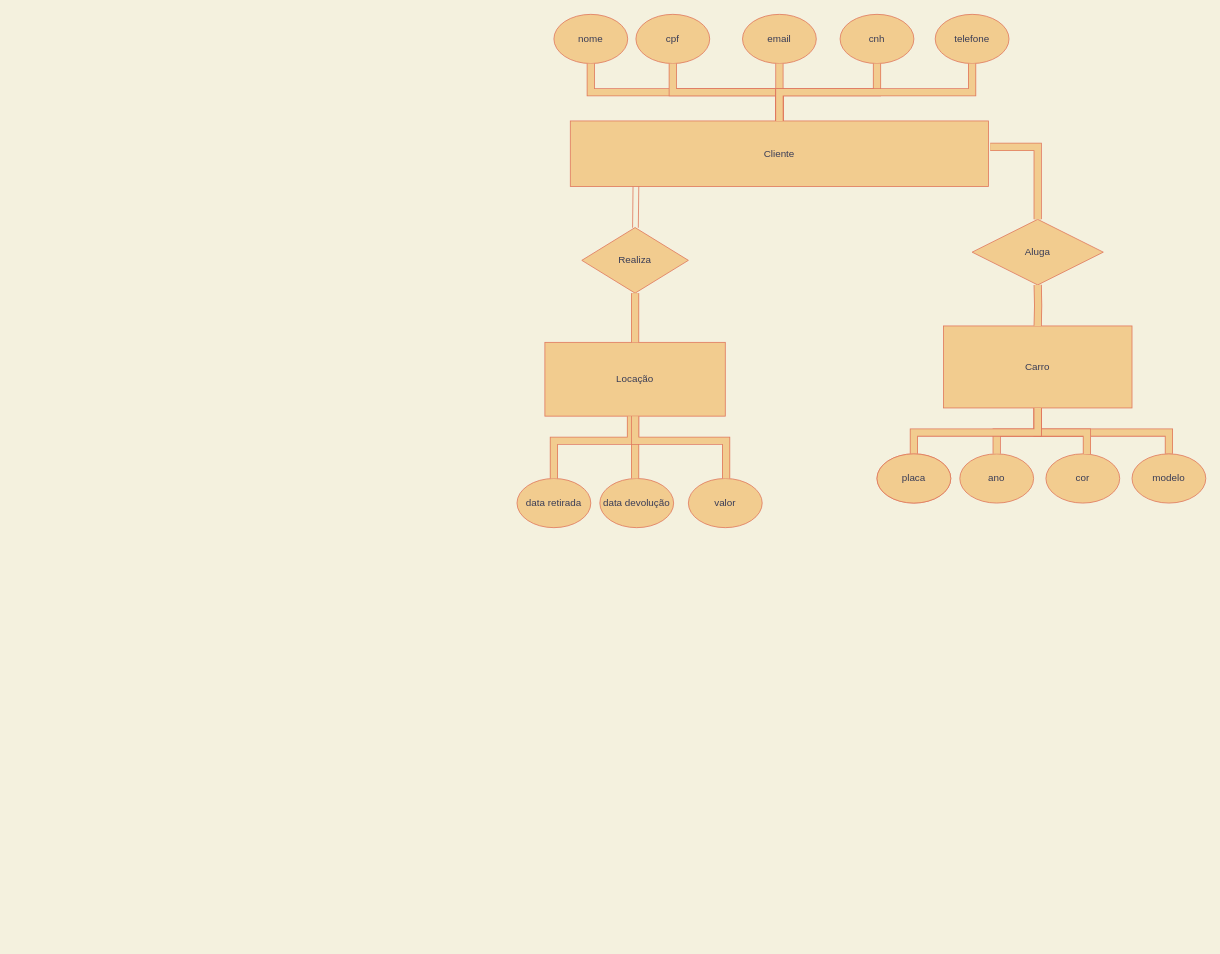
maiagripp/uml keeps this draw.io diagram as Untitled Diagram.drawio. Above is the earlier version. Source tidied: cells renumbered, new cells numbered last; positions are measured from the earlier drawing's top-left corner, leaving out a move shared by most shapes. Both pictures are drawn from the tidied source at 82%, with x=0, y=0 at pixel (517, 14).
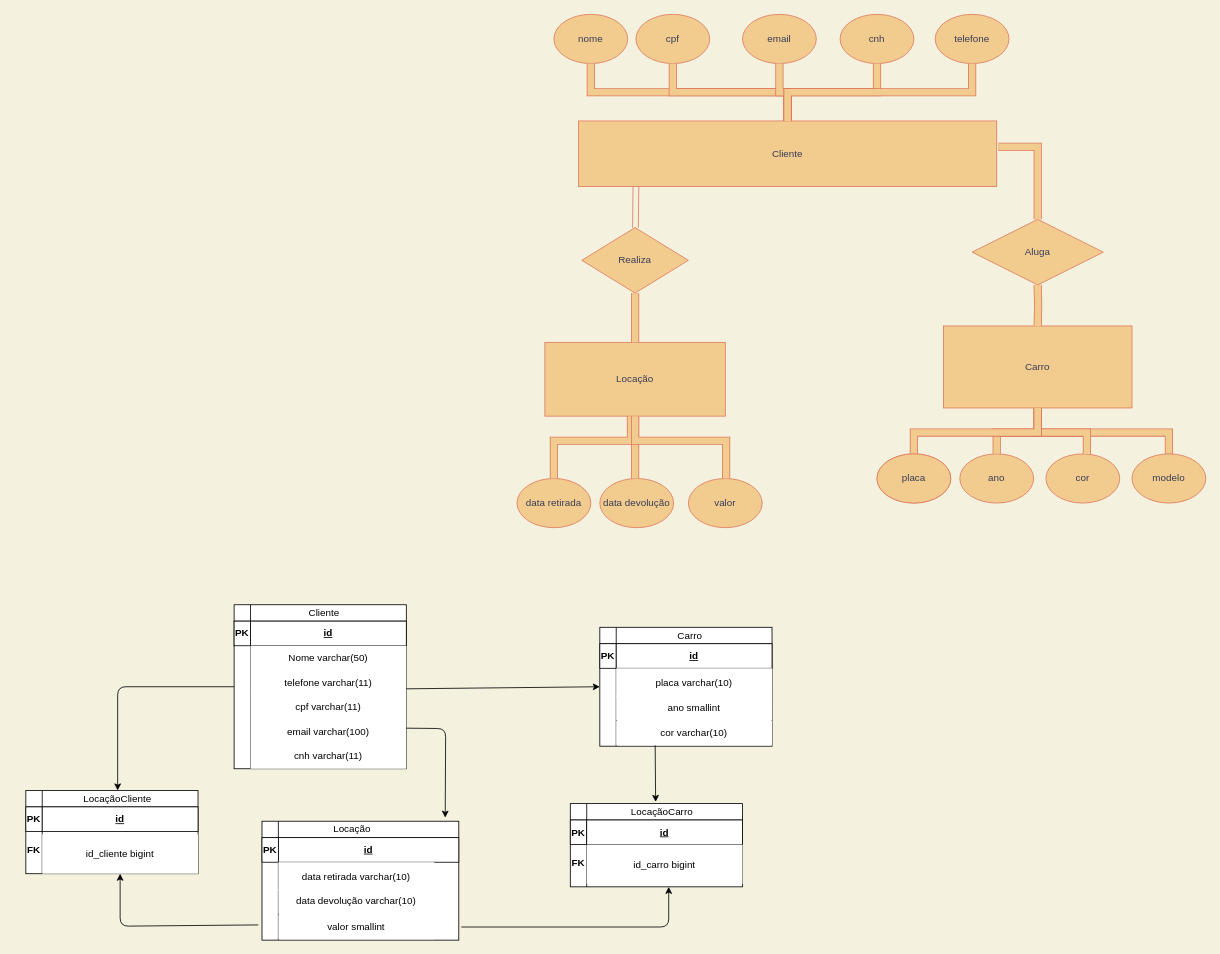
After the change.

Change to the diagram source:
```diff
@@
     <mxCell id="2" value="Cliente" style="rounded=0;whiteSpace=wrap;html=1;fillColor=#F2CC8F;strokeColor=#E07A5F;fontColor=#393C56;" parent="1" vertex="1">
-      <mxGeometry x="65" y="130" width="510" height="80" as="geometry" />
+      <mxGeometry x="75" y="130" width="510" height="80" as="geometry" />
     </mxCell>
@@
+    <mxCell id="36" style="shape=internalStorage;whiteSpace=wrap;html=1;backgroundOutline=1;" parent="1" vertex="1">
+      <mxGeometry x="-345" y="720" width="210" height="200" as="geometry" />
+    </mxCell>
+    <mxCell id="37" value="Cliente" style="text;html=1;strokeColor=none;fillColor=none;align=center;verticalAlign=middle;whiteSpace=wrap;rounded=0;" parent="1" vertex="1">
+      <mxGeometry x="-255" y="720" width="40" height="20" as="geometry" />
+    </mxCell>
+    <mxCell id="38" value="PK" style="rounded=0;whiteSpace=wrap;html=1;fontStyle=1;" parent="1" vertex="1">
+      <mxGeometry x="-345" y="740" width="20" height="30" as="geometry" />
+    </mxCell>
+    <mxCell id="39" value="id" style="rounded=0;whiteSpace=wrap;html=1;fontStyle=5;" parent="1" vertex="1">
+      <mxGeometry x="-325" y="740" width="190" height="30" as="geometry" />
+    </mxCell>
+    <mxCell id="40" value="Nome varchar(50)" style="rounded=0;whiteSpace=wrap;html=1;strokeColor=none;" parent="1" vertex="1">
+      <mxGeometry x="-325" y="770" width="190" height="30" as="geometry" />
+    </mxCell>
+    <mxCell id="41" value="telefone varchar(11)" style="rounded=0;whiteSpace=wrap;html=1;strokeColor=none;" parent="1" vertex="1">
+      <mxGeometry x="-325" y="800" width="190" height="30" as="geometry" />
+    </mxCell>
+    <mxCell id="42" value="cpf varchar(11)" style="rounded=0;whiteSpace=wrap;html=1;strokeColor=none;" parent="1" vertex="1">
+      <mxGeometry x="-325" y="830" width="190" height="30" as="geometry" />
+    </mxCell>
+    <mxCell id="43" value="email varchar(100)" style="rounded=0;whiteSpace=wrap;html=1;strokeColor=none;" parent="1" vertex="1">
+      <mxGeometry x="-325" y="860" width="190" height="30" as="geometry" />
+    </mxCell>
+    <mxCell id="44" value="cnh varchar(11)" style="rounded=0;whiteSpace=wrap;html=1;strokeColor=none;" parent="1" vertex="1">
+      <mxGeometry x="-325" y="890" width="190" height="30" as="geometry" />
+    </mxCell>
+    <mxCell id="45" style="shape=internalStorage;whiteSpace=wrap;html=1;backgroundOutline=1;" parent="1" vertex="1">
+      <mxGeometry x="101" y="747.5" width="210" height="145" as="geometry" />
+    </mxCell>
+    <mxCell id="46" value="Carro" style="text;html=1;strokeColor=none;fillColor=none;align=center;verticalAlign=middle;whiteSpace=wrap;rounded=0;" parent="1" vertex="1">
+      <mxGeometry x="191" y="747.5" width="40" height="20" as="geometry" />
+    </mxCell>
+    <mxCell id="47" value="PK" style="rounded=0;whiteSpace=wrap;html=1;fontStyle=1;" parent="1" vertex="1">
+      <mxGeometry x="101" y="767.5" width="20" height="30" as="geometry" />
+    </mxCell>
+    <mxCell id="48" value="id" style="rounded=0;whiteSpace=wrap;html=1;fontStyle=5;" parent="1" vertex="1">
+      <mxGeometry x="121" y="767.5" width="190" height="30" as="geometry" />
+    </mxCell>
+    <mxCell id="49" value="placa varchar(10)" style="rounded=0;whiteSpace=wrap;html=1;strokeColor=none;" parent="1" vertex="1">
+      <mxGeometry x="121" y="797.5" width="190" height="35" as="geometry" />
+    </mxCell>
+    <mxCell id="50" value="ano smallint" style="rounded=0;whiteSpace=wrap;html=1;strokeColor=none;" parent="1" vertex="1">
+      <mxGeometry x="121" y="830.5" width="190" height="30" as="geometry" />
+    </mxCell>
+    <mxCell id="51" value="cor varchar(10)" style="rounded=0;whiteSpace=wrap;html=1;strokeColor=none;" parent="1" vertex="1">
+      <mxGeometry x="121" y="861.5" width="190" height="30" as="geometry" />
+    </mxCell>
+    <mxCell id="52" style="shape=internalStorage;whiteSpace=wrap;html=1;backgroundOutline=1;" parent="1" vertex="1">
+      <mxGeometry x="-311" y="984" width="240" height="145" as="geometry" />
+    </mxCell>
+    <mxCell id="53" value="Locação" style="text;html=1;strokeColor=none;fillColor=none;align=center;verticalAlign=middle;whiteSpace=wrap;rounded=0;" parent="1" vertex="1">
+      <mxGeometry x="-221" y="984" width="40" height="20" as="geometry" />
+    </mxCell>
+    <mxCell id="54" value="PK" style="rounded=0;whiteSpace=wrap;html=1;fontStyle=1;" parent="1" vertex="1">
+      <mxGeometry x="-311" y="1004" width="20" height="30" as="geometry" />
+    </mxCell>
+    <mxCell id="55" value="id" style="rounded=0;whiteSpace=wrap;html=1;fontStyle=5;" parent="1" vertex="1">
+      <mxGeometry x="-291" y="1004" width="220" height="30" as="geometry" />
+    </mxCell>
+    <mxCell id="56" value="data retirada varchar(10)" style="rounded=0;whiteSpace=wrap;html=1;strokeColor=none;" parent="1" vertex="1">
+      <mxGeometry x="-291" y="1034" width="190" height="35" as="geometry" />
+    </mxCell>
+    <mxCell id="57" value="data devolução varchar(10)" style="rounded=0;whiteSpace=wrap;html=1;strokeColor=none;" parent="1" vertex="1">
+      <mxGeometry x="-291" y="1067" width="190" height="30" as="geometry" />
+    </mxCell>
+    <mxCell id="58" value="valor smallint" style="rounded=0;whiteSpace=wrap;html=1;strokeColor=none;" parent="1" vertex="1">
+      <mxGeometry x="-291" y="1098" width="190" height="30" as="geometry" />
+    </mxCell>
+    <mxCell id="59" style="endArrow=classic;html=1;exitX=1;exitY=0.75;exitDx=0;exitDy=0;entryX=0;entryY=0.5;entryDx=0;entryDy=0;" parent="1" edge="1" source="41" target="45">
+      <mxGeometry relative="1" as="geometry" />
+    </mxCell>
+    <mxCell id="60" style="shape=internalStorage;whiteSpace=wrap;html=1;backgroundOutline=1;" parent="1" vertex="1">
+      <mxGeometry x="-599" y="946.5" width="210" height="101.5" as="geometry" />
+    </mxCell>
+    <mxCell id="61" value="LocaçãoCliente" style="text;html=1;strokeColor=none;fillColor=none;align=center;verticalAlign=middle;whiteSpace=wrap;rounded=0;" parent="1" vertex="1">
+      <mxGeometry x="-551" y="946.5" width="128" height="20" as="geometry" />
+    </mxCell>
+    <mxCell id="62" value="PK" style="rounded=0;whiteSpace=wrap;html=1;fontStyle=1;" parent="1" vertex="1">
+      <mxGeometry x="-599" y="966.5" width="20" height="30" as="geometry" />
+    </mxCell>
+    <mxCell id="63" value="id" style="rounded=0;whiteSpace=wrap;html=1;fontStyle=5;" parent="1" vertex="1">
+      <mxGeometry x="-579" y="966.5" width="190" height="30" as="geometry" />
+    </mxCell>
+    <mxCell id="64" value="id_cliente bigint" style="rounded=0;whiteSpace=wrap;html=1;strokeColor=none;" parent="1" vertex="1">
+      <mxGeometry x="-579" y="1000" width="190" height="48" as="geometry" />
+    </mxCell>
+    <mxCell id="65" value="FK" style="text;html=1;strokeColor=none;fillColor=none;align=center;verticalAlign=middle;whiteSpace=wrap;rounded=0;fontStyle=1;" parent="1" vertex="1">
+      <mxGeometry x="-613" y="1009" width="48" height="20" as="geometry" />
+    </mxCell>
+    <mxCell id="66" style="shape=internalStorage;whiteSpace=wrap;html=1;backgroundOutline=1;" parent="1" vertex="1">
+      <mxGeometry x="65" y="962.5" width="210" height="101.5" as="geometry" />
+    </mxCell>
+    <mxCell id="67" value="LocaçãoCarro" style="text;html=1;strokeColor=none;fillColor=none;align=center;verticalAlign=middle;whiteSpace=wrap;rounded=0;" parent="1" vertex="1">
+      <mxGeometry x="113" y="962.5" width="128" height="20" as="geometry" />
+    </mxCell>
+    <mxCell id="68" value="PK" style="rounded=0;whiteSpace=wrap;html=1;fontStyle=1;" parent="1" vertex="1">
+      <mxGeometry x="65" y="982.5" width="20" height="30" as="geometry" />
+    </mxCell>
+    <mxCell id="69" value="id" style="rounded=0;whiteSpace=wrap;html=1;fontStyle=5;" parent="1" vertex="1">
+      <mxGeometry x="85" y="982.5" width="190" height="30" as="geometry" />
+    </mxCell>
+    <mxCell id="70" value="FK" style="text;html=1;strokeColor=none;fillColor=none;align=center;verticalAlign=middle;whiteSpace=wrap;rounded=0;fontStyle=1;" parent="1" vertex="1">
+      <mxGeometry x="51" y="1025" width="48" height="20" as="geometry" />
+    </mxCell>
+    <mxCell id="71" value="id_carro bigint" style="rounded=0;whiteSpace=wrap;html=1;strokeColor=none;" parent="1" vertex="1">
+      <mxGeometry x="85" y="1012.5" width="190" height="48" as="geometry" />
+    </mxCell>
+    <mxCell id="72" style="endArrow=classic;html=1;exitX=0;exitY=0.5;exitDx=0;exitDy=0;" parent="1" edge="1" source="36" target="61">
+      <mxGeometry relative="1" as="geometry">
+        <Array as="points">
+          <mxPoint x="-487" y="820" />
+        </Array>
+      </mxGeometry>
+    </mxCell>
+    <mxCell id="73" style="endArrow=classic;html=1;exitX=-0.019;exitY=0.872;exitDx=0;exitDy=0;entryX=0.5;entryY=1;entryDx=0;entryDy=0;exitPerimeter=0;" parent="1" edge="1" source="52" target="64">
+      <mxGeometry relative="1" as="geometry">
+        <Array as="points">
+          <mxPoint x="-484" y="1112" />
+        </Array>
+      </mxGeometry>
+    </mxCell>
+    <mxCell id="74" style="endArrow=classic;html=1;" parent="1" edge="1">
+      <mxGeometry relative="1" as="geometry">
+        <mxPoint x="-68" y="1113" as="sourcePoint" />
+        <mxPoint x="185" y="1064" as="targetPoint" />
+        <Array as="points">
+          <mxPoint x="185" y="1113" />
+        </Array>
+      </mxGeometry>
+    </mxCell>
+    <mxCell id="75" style="endArrow=classic;html=1;entryX=0.438;entryY=-0.104;entryDx=0;entryDy=0;exitX=0.25;exitY=1;exitDx=0;exitDy=0;entryPerimeter=0;" parent="1" edge="1" source="51" target="67">
+      <mxGeometry relative="1" as="geometry" />
+    </mxCell>
+    <mxCell id="76" style="endArrow=classic;html=1;entryX=0.931;entryY=-0.03;entryDx=0;entryDy=0;entryPerimeter=0;" parent="1" edge="1" target="52">
+      <mxGeometry relative="1" as="geometry">
+        <mxPoint x="-135" y="870.5" as="sourcePoint" />
+        <Array as="points">
+          <mxPoint x="-87" y="871" />
+        </Array>
+      </mxGeometry>
+    </mxCell>
```
